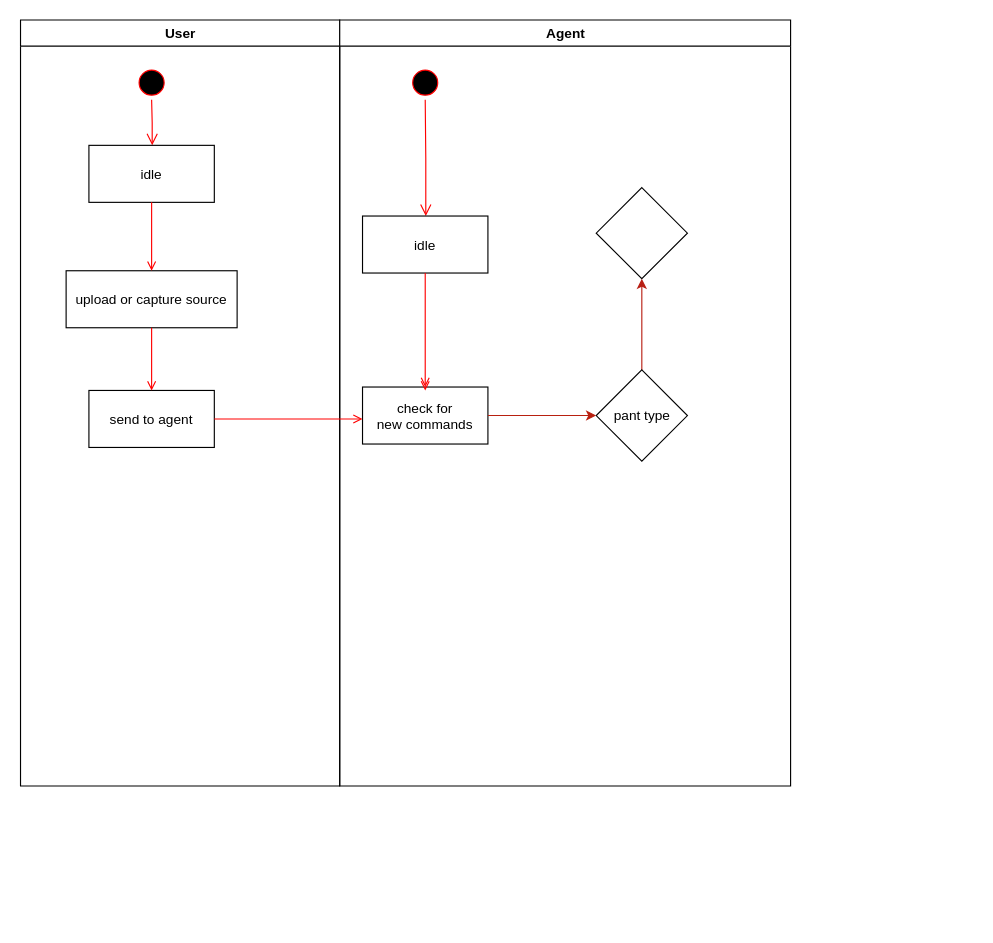
Before: Untitled Diagram.drawio in ashen007/Identify-Diseases-in-Crops-leaf, a draw.io diagram. Source tidied: cells renumbered, new cells numbered last; positions are measured from the earlier drawing's top-left corner, leaving out a move shared by most shapes. Both pictures are drawn from the tidied source at 114%, with x=0, y=0 at pixel (19, 19).
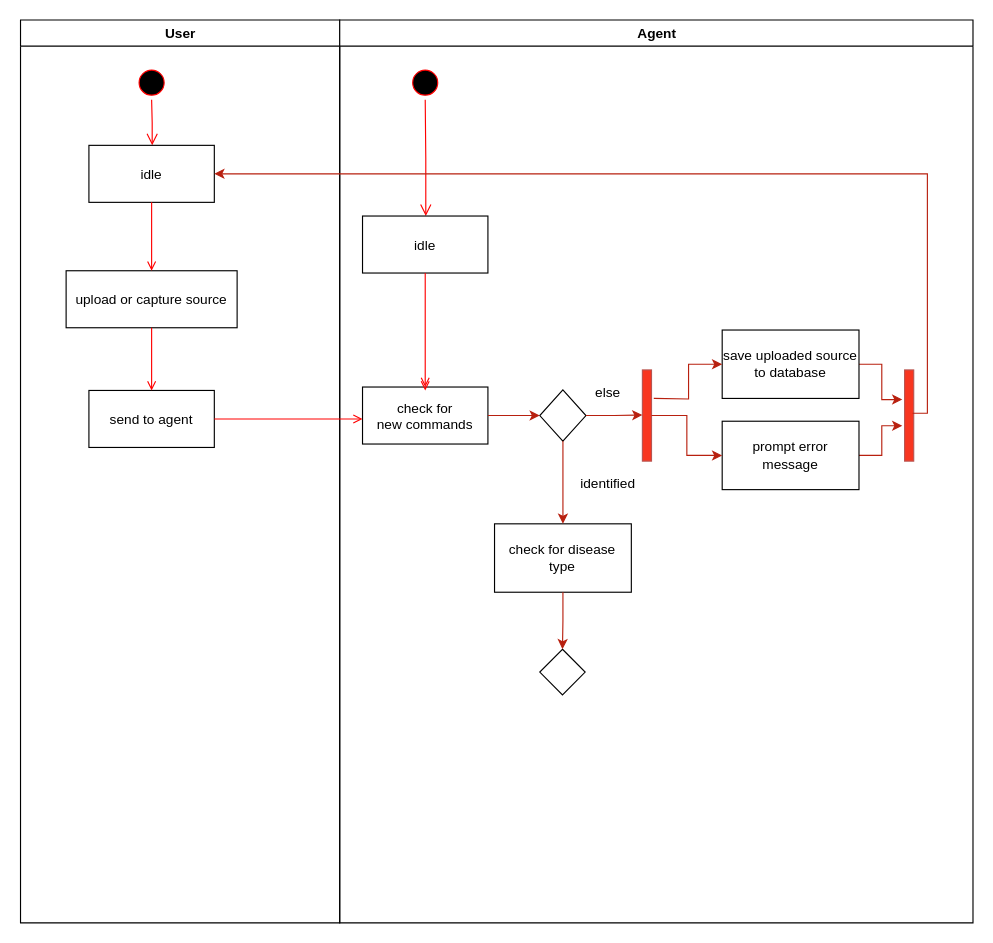
The same page after the edit.

The change refers to these unchanged cells:
```xml
<mxCell id="5" value="idle" parent="2" vertex="1">
  <mxGeometry x="60" y="110" width="110" height="50" as="geometry" />
</mxCell>
<mxCell id="8" value="send to agent" parent="2" vertex="1">
  <mxGeometry x="60" y="325" width="110" height="50" as="geometry" />
</mxCell>
<mxCell id="14" value="check for &#10;new commands" parent="10" vertex="1">
  <mxGeometry x="20" y="322" width="110" height="50" as="geometry" />
</mxCell>
```

Change to the diagram source:
```diff
@@
     <mxCell id="2" value="User" style="swimlane;whiteSpace=wrap;" parent="1" vertex="1">
-      <mxGeometry x="0.5" width="280" height="672" as="geometry" />
+      <mxGeometry x="0.5" width="280" height="792" as="geometry" />
     </mxCell>
@@
     <mxCell id="10" value="Agent" style="swimlane;whiteSpace=wrap;" parent="1" vertex="1">
-      <mxGeometry x="280.5" width="395.5" height="672" as="geometry" />
+      <mxGeometry x="280.5" width="555.5" height="792" as="geometry" />
     </mxCell>
@@
-    <mxCell id="17" style="endArrow=open;strokeColor=#FF0000;endFill=1;rounded=0;" parent="1" edge="1" source="8">
-      <mxGeometry relative="1" as="geometry">
-        <mxPoint x="300.5" y="350" as="targetPoint" />
-      </mxGeometry>
-    </mxCell>
-    <mxCell id="18" style="edgeStyle=orthogonalEdgeStyle;rounded=0;jettySize=auto;html=1;fillColor=#f8cecc;strokeColor=#B81F14;" parent="1" edge="1" source="19" target="21">
-      <mxGeometry relative="1" as="geometry" />
-    </mxCell>
-    <mxCell id="19" value="pant type" style="rhombus;whiteSpace=wrap;html=1;" parent="1" vertex="1">
-      <mxGeometry x="505.5" y="307" width="80" height="80" as="geometry" />
+    <mxCell id="19" style="rhombus;whiteSpace=wrap;html=1;" parent="10" vertex="1">
+      <mxGeometry x="175.5" y="324.5" width="40.5" height="45" as="geometry" />
     </mxCell>
-    <mxCell id="20" style="edgeStyle=orthogonalEdgeStyle;rounded=0;jettySize=auto;html=1;fillColor=#f8cecc;strokeColor=#B8200F;" parent="1" edge="1" source="14" target="19">
+    <mxCell id="20" style="edgeStyle=orthogonalEdgeStyle;rounded=0;jettySize=auto;html=1;fillColor=#f8cecc;strokeColor=#B8200F;" parent="10" edge="1" source="14" target="19">
       <mxGeometry relative="1" as="geometry" />
     </mxCell>
-    <mxCell id="21" style="rhombus;whiteSpace=wrap;html=1;" parent="1" vertex="1">
-      <mxGeometry x="505.5" y="147" width="80" height="80" as="geometry" />
-    </mxCell>
+    <mxCell id="22" value="identified" style="text;html=1;strokeColor=none;fillColor=none;align=center;verticalAlign=middle;whiteSpace=wrap;rounded=0;" parent="10" vertex="1">
+      <mxGeometry x="205.5" y="392" width="60" height="30" as="geometry" />
+    </mxCell>
+    <mxCell id="23" value="else" style="text;html=1;strokeColor=none;fillColor=none;align=center;verticalAlign=middle;whiteSpace=wrap;rounded=0;" parent="10" vertex="1">
+      <mxGeometry x="205.5" y="312" width="60" height="30" as="geometry" />
+    </mxCell>
+    <mxCell id="24" style="html=1;points=[];perimeter=orthogonalPerimeter;fillColor=#F83620;strokeColor=#b85450;direction=west;" parent="10" vertex="1">
+      <mxGeometry x="265.5" y="307" width="8" height="80" as="geometry" />
+    </mxCell>
+    <mxCell id="25" style="edgeStyle=orthogonalEdgeStyle;rounded=0;jettySize=auto;html=1;strokeColor=#B8200F;entryX=1;entryY=0.506;entryDx=0;entryDy=0;entryPerimeter=0;" parent="10" edge="1" source="19" target="24">
+      <mxGeometry relative="1" as="geometry" />
+    </mxCell>
+    <mxCell id="26" value="check for disease&lt;br&gt;type" style="whiteSpace=wrap;html=1;" parent="10" vertex="1">
+      <mxGeometry x="135.8" y="442" width="120" height="60" as="geometry" />
+    </mxCell>
+    <mxCell id="27" style="edgeStyle=orthogonalEdgeStyle;rounded=0;jettySize=auto;html=1;strokeColor=#B8200F;" parent="10" edge="1" source="19" target="26">
+      <mxGeometry relative="1" as="geometry" />
+    </mxCell>
+    <mxCell id="28" style="edgeStyle=orthogonalEdgeStyle;rounded=0;jettySize=auto;html=1;entryX=1.25;entryY=0.675;entryDx=0;entryDy=0;entryPerimeter=0;strokeColor=#B8200F;strokeWidth=1;" parent="10" edge="1" source="29" target="33">
+      <mxGeometry relative="1" as="geometry" />
+    </mxCell>
+    <mxCell id="29" value="save uploaded source to database" style="whiteSpace=wrap;html=1;strokeColor=#000000;fillColor=default;" parent="10" vertex="1">
+      <mxGeometry x="335.5" y="272" width="120" height="60" as="geometry" />
+    </mxCell>
+    <mxCell id="30" style="edgeStyle=orthogonalEdgeStyle;rounded=0;jettySize=auto;html=1;entryX=1.25;entryY=0.388;entryDx=0;entryDy=0;entryPerimeter=0;strokeColor=#B8200F;strokeWidth=1;" parent="10" edge="1" source="31" target="33">
+      <mxGeometry relative="1" as="geometry" />
+    </mxCell>
+    <mxCell id="31" value="prompt error message" style="whiteSpace=wrap;html=1;" parent="10" vertex="1">
+      <mxGeometry x="335.5" y="352" width="120" height="60" as="geometry" />
+    </mxCell>
+    <mxCell id="32" style="edgeStyle=orthogonalEdgeStyle;rounded=0;jettySize=auto;html=1;strokeColor=#B8200F;strokeWidth=1;" parent="10" edge="1" source="24" target="31">
+      <mxGeometry relative="1" as="geometry" />
+    </mxCell>
+    <mxCell id="33" style="html=1;points=[];perimeter=orthogonalPerimeter;fillColor=#F83620;strokeColor=#b85450;direction=west;" parent="10" vertex="1">
+      <mxGeometry x="495.5" y="307" width="8" height="80" as="geometry" />
+    </mxCell>
+    <mxCell id="34" style="rhombus;whiteSpace=wrap;html=1;" parent="10" vertex="1">
+      <mxGeometry x="175.5" y="552" width="39.8" height="40" as="geometry" />
+    </mxCell>
+    <mxCell id="35" style="edgeStyle=orthogonalEdgeStyle;rounded=0;jettySize=auto;html=1;strokeColor=#B8200F;strokeWidth=1;" parent="10" edge="1" source="26" target="34">
+      <mxGeometry relative="1" as="geometry" />
+    </mxCell>
+    <mxCell id="17" style="endArrow=open;strokeColor=#FF0000;endFill=1;rounded=0;" parent="1" edge="1" source="8">
+      <mxGeometry relative="1" as="geometry">
+        <mxPoint x="300.5" y="350" as="targetPoint" />
+      </mxGeometry>
+    </mxCell>
+    <mxCell id="36" style="edgeStyle=orthogonalEdgeStyle;rounded=0;jettySize=auto;html=1;strokeColor=#B8200F;strokeWidth=1;" parent="1" edge="1" target="29">
+      <mxGeometry relative="1" as="geometry">
+        <mxPoint x="556" y="332" as="sourcePoint" />
+      </mxGeometry>
+    </mxCell>
+    <mxCell id="37" style="edgeStyle=orthogonalEdgeStyle;rounded=0;jettySize=auto;html=1;entryX=1;entryY=0.5;entryDx=0;entryDy=0;strokeColor=#B8200F;strokeWidth=1;exitX=0.125;exitY=0.525;exitDx=0;exitDy=0;exitPerimeter=0;" parent="1" edge="1" source="33" target="5">
+      <mxGeometry relative="1" as="geometry">
+        <Array as="points">
+          <mxPoint x="796" y="345" />
+          <mxPoint x="796" y="135" />
+        </Array>
+      </mxGeometry>
+    </mxCell>
```
